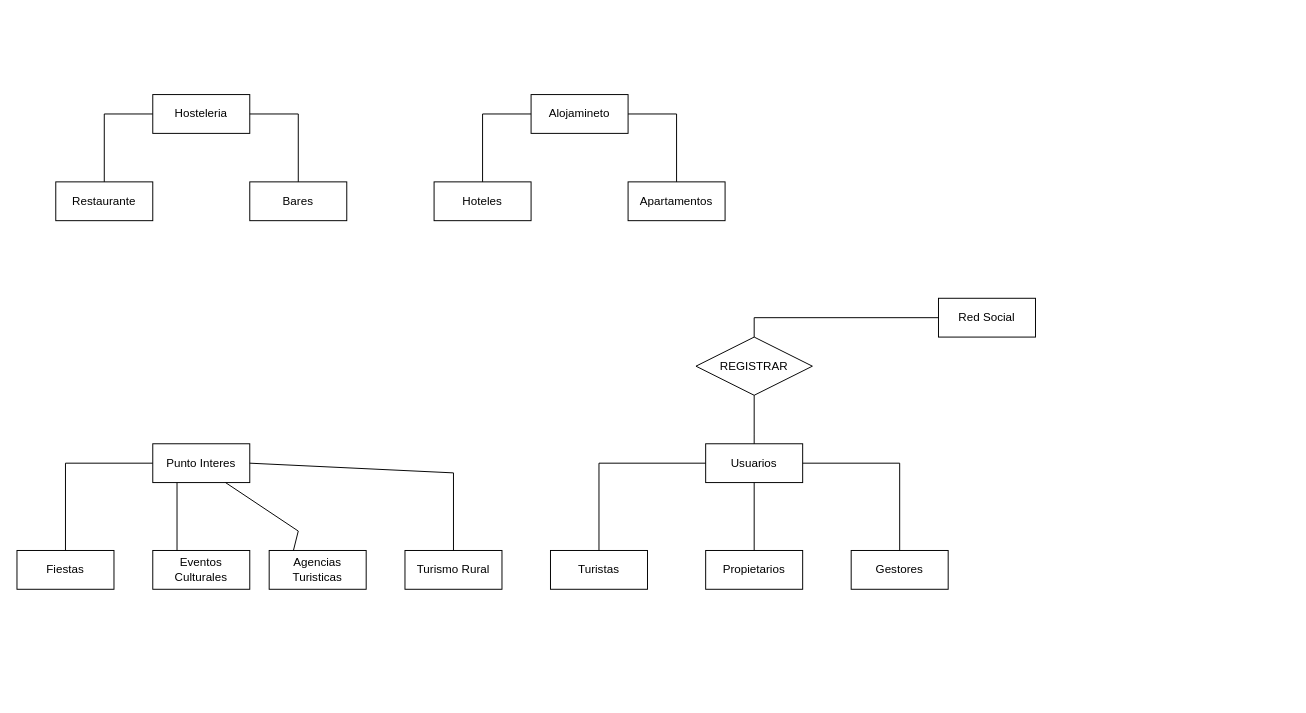
juantoperas/temphttp keeps this draw.io diagram as Untitled Diagram.drawio. Above is the earlier version. Source tidied: cells renumbered, new cells numbered last; positions are measured from the earlier drawing's top-left corner, leaving out a move shared by most shapes. Both pictures are drawn from the tidied source at 97%, with x=0, y=0 at pixel (16, 94).
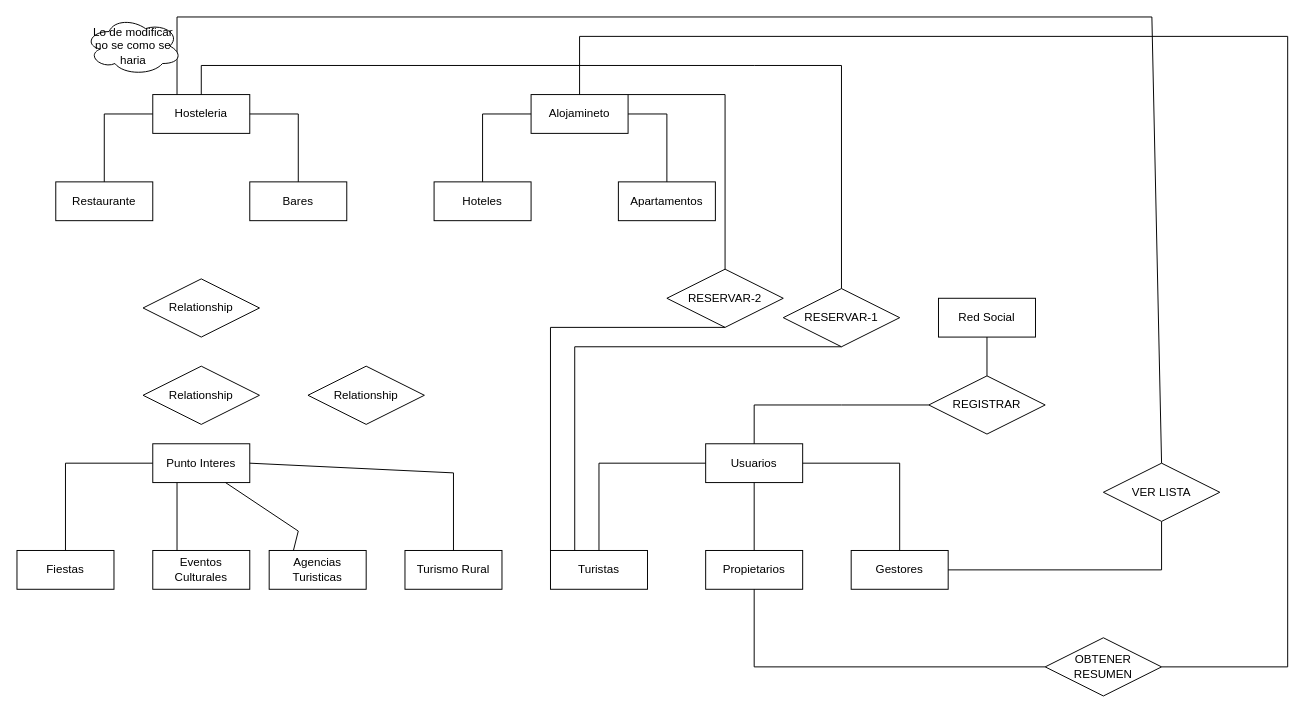
The same page after the edit.

Unchanged cells that the change refers to:
```xml
<mxCell id="2" value="Hosteleria" style="whiteSpace=wrap;html=1;align=center;" parent="1" vertex="1">
  <mxGeometry x="140" width="100" height="40" as="geometry" />
</mxCell>
<mxCell id="5" value="Alojamineto" style="whiteSpace=wrap;html=1;align=center;" parent="1" vertex="1">
  <mxGeometry x="530" width="100" height="40" as="geometry" />
</mxCell>
<mxCell id="13" value="Red Social" style="whiteSpace=wrap;html=1;align=center;" parent="1" vertex="1">
  <mxGeometry x="950" y="210" width="100" height="40" as="geometry" />
</mxCell>
<mxCell id="14" value="Usuarios" style="whiteSpace=wrap;html=1;align=center;" parent="1" vertex="1">
  <mxGeometry x="710" y="360" width="100" height="40" as="geometry" />
</mxCell>
<mxCell id="15" value="Turistas" style="whiteSpace=wrap;html=1;align=center;" parent="1" vertex="1">
  <mxGeometry x="550" y="470" width="100" height="40" as="geometry" />
</mxCell>
<mxCell id="16" value="Propietarios" style="whiteSpace=wrap;html=1;align=center;" parent="1" vertex="1">
  <mxGeometry x="710" y="470" width="100" height="40" as="geometry" />
</mxCell>
<mxCell id="17" value="Gestores" style="whiteSpace=wrap;html=1;align=center;" parent="1" vertex="1">
  <mxGeometry x="860" y="470" width="100" height="40" as="geometry" />
</mxCell>
```

Change to the diagram source:
```diff
@@
     <mxCell id="7" value="Apartamentos" style="whiteSpace=wrap;html=1;align=center;" parent="1" vertex="1">
-      <mxGeometry x="630" y="90" width="100" height="40" as="geometry" />
+      <mxGeometry x="620" y="90" width="100" height="40" as="geometry" />
     </mxCell>
@@
     <mxCell id="18" value="REGISTRAR" style="shape=rhombus;perimeter=rhombusPerimeter;whiteSpace=wrap;html=1;align=center;" parent="1" vertex="1">
-      <mxGeometry x="700" y="250" width="120" height="60" as="geometry" />
+      <mxGeometry x="940" y="290" width="120" height="60" as="geometry" />
     </mxCell>
-    <mxCell id="19" style="endArrow=none;html=1;rounded=0;entryX=0;entryY=0.5;entryDx=0;entryDy=0;exitX=0.5;exitY=0;exitDx=0;exitDy=0;" parent="1" edge="1" source="18" target="13">
-      <mxGeometry relative="1" as="geometry">
-        <Array as="points">
-          <mxPoint x="760" y="230" />
-        </Array>
-      </mxGeometry>
+    <mxCell id="19" style="endArrow=none;html=1;rounded=0;entryX=0.5;entryY=1;entryDx=0;entryDy=0;exitX=0.5;exitY=0;exitDx=0;exitDy=0;" parent="1" edge="1" source="18" target="13">
+      <mxGeometry relative="1" as="geometry" />
     </mxCell>
-    <mxCell id="20" style="endArrow=none;html=1;rounded=0;entryX=0.5;entryY=1;entryDx=0;entryDy=0;exitX=0.5;exitY=0;exitDx=0;exitDy=0;" parent="1" edge="1" source="14" target="18">
+    <mxCell id="20" style="endArrow=none;html=1;rounded=0;entryX=0;entryY=0.5;entryDx=0;entryDy=0;exitX=0.5;exitY=0;exitDx=0;exitDy=0;" parent="1" edge="1" source="14" target="18">
       <mxGeometry relative="1" as="geometry">
         <Array as="points">
-          <mxPoint x="760" y="350" />
+          <mxPoint x="760" y="320" />
+          <mxPoint x="850" y="320" />
         </Array>
       </mxGeometry>
     </mxCell>
@@
     <mxCell id="31" style="endArrow=none;html=1;rounded=0;exitX=1;exitY=0.5;exitDx=0;exitDy=0;entryX=0.5;entryY=0;entryDx=0;entryDy=0;" parent="1" edge="1" source="5" target="7">
       <mxGeometry relative="1" as="geometry">
         <Array as="points">
-          <mxPoint x="680" y="20" />
+          <mxPoint x="670" y="20" />
         </Array>
       </mxGeometry>
     </mxCell>
+    <mxCell id="32" value="Relationship" style="shape=rhombus;perimeter=rhombusPerimeter;whiteSpace=wrap;html=1;align=center;" parent="1" vertex="1">
+      <mxGeometry x="130" y="190" width="120" height="60" as="geometry" />
+    </mxCell>
+    <mxCell id="33" value="RESERVAR-1" style="shape=rhombus;perimeter=rhombusPerimeter;whiteSpace=wrap;html=1;align=center;" parent="1" vertex="1">
+      <mxGeometry x="790" y="200" width="120" height="60" as="geometry" />
+    </mxCell>
+    <mxCell id="34" value="Relationship" style="shape=rhombus;perimeter=rhombusPerimeter;whiteSpace=wrap;html=1;align=center;" parent="1" vertex="1">
+      <mxGeometry x="130" y="280" width="120" height="60" as="geometry" />
+    </mxCell>
+    <mxCell id="35" value="Relationship" style="shape=rhombus;perimeter=rhombusPerimeter;whiteSpace=wrap;html=1;align=center;" parent="1" vertex="1">
+      <mxGeometry x="300" y="280" width="120" height="60" as="geometry" />
+    </mxCell>
+    <mxCell id="36" style="endArrow=none;html=1;rounded=0;entryX=0.5;entryY=1;entryDx=0;entryDy=0;exitX=0.25;exitY=0;exitDx=0;exitDy=0;" parent="1" edge="1" source="15" target="33">
+      <mxGeometry relative="1" as="geometry">
+        <Array as="points">
+          <mxPoint x="575" y="260" />
+        </Array>
+      </mxGeometry>
+    </mxCell>
+    <mxCell id="37" style="endArrow=none;html=1;rounded=0;exitX=0.5;exitY=0;exitDx=0;exitDy=0;entryX=0.5;entryY=0;entryDx=0;entryDy=0;" parent="1" edge="1" source="2" target="33">
+      <mxGeometry relative="1" as="geometry">
+        <Array as="points">
+          <mxPoint x="190" y="-30" />
+          <mxPoint x="760" y="-30" />
+          <mxPoint x="850" y="-30" />
+        </Array>
+      </mxGeometry>
+    </mxCell>
+    <mxCell id="38" value="VER LISTA" style="shape=rhombus;perimeter=rhombusPerimeter;whiteSpace=wrap;html=1;align=center;" parent="1" vertex="1">
+      <mxGeometry x="1120" y="380" width="120" height="60" as="geometry" />
+    </mxCell>
+    <mxCell id="39" style="endArrow=none;html=1;rounded=0;exitX=1;exitY=0.5;exitDx=0;exitDy=0;entryX=0.5;entryY=1;entryDx=0;entryDy=0;" parent="1" edge="1" source="17" target="38">
+      <mxGeometry relative="1" as="geometry">
+        <Array as="points">
+          <mxPoint x="1180" y="490" />
+        </Array>
+      </mxGeometry>
+    </mxCell>
+    <mxCell id="40" style="endArrow=none;html=1;rounded=0;entryX=0.5;entryY=0;entryDx=0;entryDy=0;exitX=0.25;exitY=0;exitDx=0;exitDy=0;" parent="1" edge="1" source="2" target="38">
+      <mxGeometry relative="1" as="geometry">
+        <Array as="points">
+          <mxPoint x="165" y="-80" />
+          <mxPoint x="1170" y="-80" />
+        </Array>
+      </mxGeometry>
+    </mxCell>
+    <mxCell id="41" value="Lo de modificar no se como se haria" style="ellipse;shape=cloud;whiteSpace=wrap;html=1;align=center;" parent="1" vertex="1">
+      <mxGeometry x="70" y="-80" width="100" height="60" as="geometry" />
+    </mxCell>
+    <mxCell id="42" value="RESERVAR-2" style="shape=rhombus;perimeter=rhombusPerimeter;whiteSpace=wrap;html=1;align=center;" parent="1" vertex="1">
+      <mxGeometry x="670" y="180" width="120" height="60" as="geometry" />
+    </mxCell>
+    <mxCell id="43" style="endArrow=none;html=1;rounded=0;exitX=1;exitY=0;exitDx=0;exitDy=0;entryX=0.5;entryY=0;entryDx=0;entryDy=0;" parent="1" edge="1" source="5" target="42">
+      <mxGeometry relative="1" as="geometry">
+        <Array as="points">
+          <mxPoint x="730" />
+        </Array>
+      </mxGeometry>
+    </mxCell>
+    <mxCell id="44" style="endArrow=none;html=1;rounded=0;entryX=0.5;entryY=1;entryDx=0;entryDy=0;exitX=0;exitY=0;exitDx=0;exitDy=0;" parent="1" edge="1" source="15" target="42">
+      <mxGeometry relative="1" as="geometry">
+        <Array as="points">
+          <mxPoint x="550" y="240" />
+        </Array>
+      </mxGeometry>
+    </mxCell>
+    <mxCell id="45" value="OBTENER RESUMEN" style="shape=rhombus;perimeter=rhombusPerimeter;whiteSpace=wrap;html=1;align=center;" parent="1" vertex="1">
+      <mxGeometry x="1060" y="560" width="120" height="60" as="geometry" />
+    </mxCell>
+    <mxCell id="46" style="endArrow=none;html=1;rounded=0;exitX=0.5;exitY=1;exitDx=0;exitDy=0;entryX=0;entryY=0.5;entryDx=0;entryDy=0;" parent="1" edge="1" source="16" target="45">
+      <mxGeometry relative="1" as="geometry">
+        <Array as="points">
+          <mxPoint x="760" y="590" />
+        </Array>
+      </mxGeometry>
+    </mxCell>
+    <mxCell id="47" style="endArrow=none;html=1;rounded=0;exitX=1;exitY=0.5;exitDx=0;exitDy=0;entryX=0.5;entryY=0;entryDx=0;entryDy=0;" parent="1" edge="1" source="45" target="5">
+      <mxGeometry relative="1" as="geometry">
+        <Array as="points">
+          <mxPoint x="1310" y="590" />
+          <mxPoint x="1310" y="-60" />
+          <mxPoint x="580" y="-60" />
+        </Array>
+      </mxGeometry>
+    </mxCell>
```
